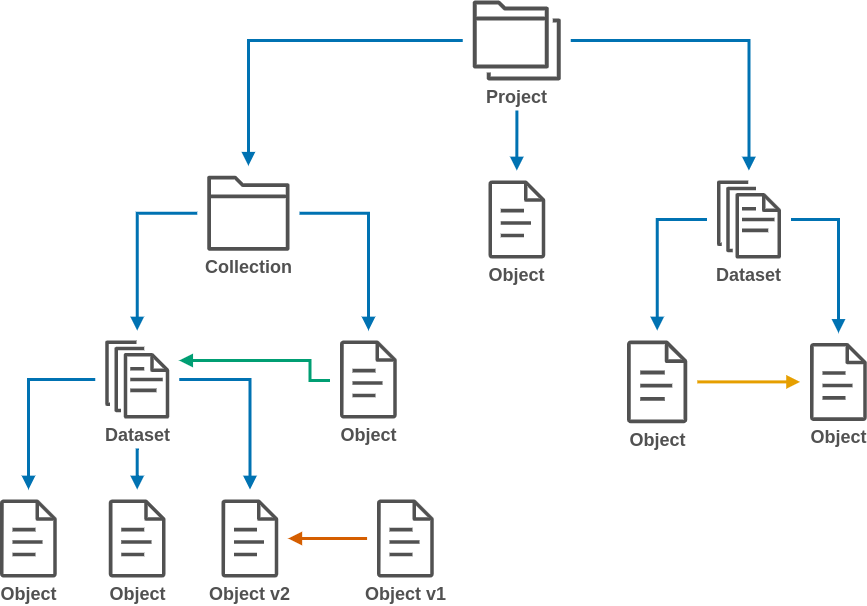
Before: docs/internal_data_structure/aruna_resources.png, a diagram exported from draw.io (ArunaStorage/documentation). Source tidied: cells renumbered, new cells last; positions are measured from the earlier drawing's top-left corner, leaving out a move shared by most shapes. Source of this version:
```xml
<mxGraphModel>
  <root>
    <mxCell id="0" />
    <mxCell id="1" parent="0" />
    <mxCell id="2" style="edgeStyle=orthogonalEdgeStyle;html=1;endArrow=block;elbow=vertical;startArrow=none;endFill=1;strokeColor=#0072B2;rounded=0;strokeWidth=3;targetPerimeterSpacing=10;sourcePerimeterSpacing=10;fillColor=#d5e8d4;fontSize=18;align=left;fontStyle=0;startFill=0;spacingLeft=20;" parent="1" edge="1" source="8" target="15">
      <mxGeometry relative="1" as="geometry" />
    </mxCell>
    <mxCell id="3" style="edgeStyle=orthogonalEdgeStyle;html=1;endArrow=block;elbow=vertical;startArrow=none;endFill=1;strokeColor=#0072B2;rounded=0;strokeWidth=3;targetPerimeterSpacing=10;sourcePerimeterSpacing=10;fillColor=#d5e8d4;fontSize=18;align=left;fontStyle=0;startFill=0;spacingLeft=20;" parent="1" edge="1" source="8" target="5">
      <mxGeometry relative="1" as="geometry" />
    </mxCell>
    <mxCell id="4" style="edgeStyle=orthogonalEdgeStyle;html=1;endArrow=block;elbow=vertical;startArrow=none;endFill=1;strokeColor=#0072B2;rounded=0;strokeWidth=3;targetPerimeterSpacing=10;sourcePerimeterSpacing=30;fillColor=#d5e8d4;fontSize=18;align=left;fontStyle=0;startFill=0;spacingLeft=20;" parent="1" edge="1" source="8" target="6">
      <mxGeometry relative="1" as="geometry" />
    </mxCell>
    <mxCell id="5" value="Collection" style="sketch=0;outlineConnect=0;fontColor=#515151;gradientColor=none;fillColor=#515151;strokeColor=none;dashed=0;verticalLabelPosition=bottom;verticalAlign=top;align=center;html=1;fontSize=18;fontStyle=1;shape=mxgraph.aws4.folder;labelPosition=center;spacingRight=0;" parent="1" vertex="1">
      <mxGeometry x="207.7" y="175.2" width="82.4" height="75" as="geometry" />
    </mxCell>
    <mxCell id="6" value="Object" style="sketch=0;outlineConnect=0;fontColor=#515151;gradientColor=none;fillColor=#515151;strokeColor=none;dashed=0;verticalLabelPosition=bottom;verticalAlign=top;align=center;html=1;fontSize=18;fontStyle=1;shape=mxgraph.aws4.document;spacingRight=0;" parent="1" vertex="1">
      <mxGeometry x="488.8" y="180" width="57" height="78" as="geometry" />
    </mxCell>
    <mxCell id="7" value="Dataset" style="sketch=0;outlineConnect=0;fontColor=#515151;gradientColor=none;fillColor=#515151;strokeColor=none;dashed=0;verticalLabelPosition=bottom;verticalAlign=top;align=center;html=1;fontSize=18;fontStyle=1;shape=mxgraph.aws4.documents;spacingRight=0;" parent="1" vertex="1">
      <mxGeometry x="105.7" y="340" width="64" height="78" as="geometry" />
    </mxCell>
    <mxCell id="8" value="Project" style="sketch=0;outlineConnect=0;fontColor=#515151;gradientColor=none;fillColor=#515151;strokeColor=none;dashed=0;verticalLabelPosition=bottom;verticalAlign=top;align=center;html=1;fontSize=18;fontStyle=1;shape=mxgraph.aws4.folders;labelPosition=center;fontFamily=Helvetica;spacingRight=0;" parent="1" vertex="1">
      <mxGeometry x="473.4" width="87.9" height="80" as="geometry" />
    </mxCell>
    <mxCell id="9" style="edgeStyle=orthogonalEdgeStyle;html=1;endArrow=block;elbow=vertical;startArrow=none;endFill=1;strokeColor=#0072B2;rounded=0;strokeWidth=3;sourcePerimeterSpacing=10;targetPerimeterSpacing=10;fillColor=#d5e8d4;fontSize=18;align=left;fontStyle=0;startFill=0;spacingLeft=20;" parent="1" edge="1" source="5" target="7">
      <mxGeometry relative="1" as="geometry" />
    </mxCell>
    <mxCell id="10" style="edgeStyle=orthogonalEdgeStyle;html=1;endArrow=block;elbow=vertical;startArrow=none;endFill=1;strokeColor=#0072B2;rounded=0;strokeWidth=3;sourcePerimeterSpacing=10;targetPerimeterSpacing=10;fillColor=#d5e8d4;fontSize=18;align=left;fontStyle=0;startFill=0;spacingLeft=20;" parent="1" edge="1" source="5" target="12">
      <mxGeometry relative="1" as="geometry" />
    </mxCell>
    <mxCell id="11" style="edgeStyle=orthogonalEdgeStyle;html=1;endArrow=block;elbow=vertical;startArrow=none;endFill=1;strokeColor=#0072B2;rounded=0;strokeWidth=3;sourcePerimeterSpacing=10;targetPerimeterSpacing=10;fillColor=#d5e8d4;fontSize=18;align=left;fontStyle=0;startFill=0;spacingLeft=20;" parent="1" edge="1" source="15" target="14">
      <mxGeometry relative="1" as="geometry" />
    </mxCell>
    <mxCell id="12" value="Object" style="sketch=0;outlineConnect=0;fontColor=#515151;gradientColor=none;fillColor=#515151;strokeColor=none;dashed=0;verticalLabelPosition=bottom;verticalAlign=top;align=center;html=1;fontSize=18;fontStyle=1;shape=mxgraph.aws4.document;spacingRight=0;" parent="1" vertex="1">
      <mxGeometry x="340.4" y="340" width="57" height="78" as="geometry" />
    </mxCell>
    <mxCell id="13" value="Object" style="sketch=0;outlineConnect=0;fontColor=#515151;gradientColor=none;fillColor=#515151;strokeColor=none;dashed=0;verticalLabelPosition=bottom;verticalAlign=top;align=center;html=1;fontSize=18;fontStyle=1;shape=mxgraph.aws4.document;spacingRight=0;" parent="1" vertex="1">
      <mxGeometry x="627.4" y="340" width="60.5" height="82.8" as="geometry" />
    </mxCell>
    <mxCell id="14" value="Object" style="sketch=0;outlineConnect=0;fontColor=#515151;gradientColor=none;fillColor=#515151;strokeColor=none;dashed=0;verticalLabelPosition=bottom;verticalAlign=top;align=center;html=1;fontSize=18;fontStyle=1;shape=mxgraph.aws4.document;spacingRight=0;" parent="1" vertex="1">
      <mxGeometry x="810.4" y="342.4" width="57" height="78" as="geometry" />
    </mxCell>
    <mxCell id="15" value="Dataset" style="sketch=0;outlineConnect=0;fontColor=#515151;gradientColor=none;fillColor=#515151;strokeColor=none;dashed=0;verticalLabelPosition=bottom;verticalAlign=top;align=center;html=1;fontSize=18;fontStyle=1;shape=mxgraph.aws4.documents;spacingRight=0;" parent="1" vertex="1">
      <mxGeometry x="717.4" y="180" width="64" height="78" as="geometry" />
    </mxCell>
    <mxCell id="16" style="edgeStyle=orthogonalEdgeStyle;html=1;endArrow=block;elbow=vertical;startArrow=none;endFill=1;strokeColor=#0072B2;rounded=0;strokeWidth=3;sourcePerimeterSpacing=10;targetPerimeterSpacing=10;fillColor=#d5e8d4;fontSize=18;align=left;fontStyle=0;startFill=0;spacingLeft=20;" parent="1" edge="1" source="7" target="19">
      <mxGeometry relative="1" as="geometry" />
    </mxCell>
    <mxCell id="17" style="edgeStyle=orthogonalEdgeStyle;html=1;endArrow=block;elbow=vertical;startArrow=none;endFill=1;strokeColor=#0072B2;rounded=0;strokeWidth=3;sourcePerimeterSpacing=10;targetPerimeterSpacing=10;fillColor=#d5e8d4;fontSize=18;align=left;fontStyle=0;startFill=0;spacingLeft=20;" parent="1" edge="1" source="7" target="21">
      <mxGeometry relative="1" as="geometry" />
    </mxCell>
    <mxCell id="18" style="edgeStyle=orthogonalEdgeStyle;html=1;endArrow=block;elbow=vertical;startArrow=none;endFill=1;strokeColor=#0072B2;rounded=0;strokeWidth=3;sourcePerimeterSpacing=30;targetPerimeterSpacing=10;fillColor=#d5e8d4;fontSize=18;align=left;fontStyle=0;startFill=0;spacingLeft=20;" parent="1" edge="1" source="7" target="20">
      <mxGeometry relative="1" as="geometry" />
    </mxCell>
    <mxCell id="19" value="Object" style="sketch=0;outlineConnect=0;fontColor=#515151;gradientColor=none;fillColor=#515151;strokeColor=none;dashed=0;verticalLabelPosition=bottom;verticalAlign=top;align=center;html=1;fontSize=18;fontStyle=1;shape=mxgraph.aws4.document;spacingRight=0;" parent="1" vertex="1">
      <mxGeometry x="0.4" y="499" width="57" height="78" as="geometry" />
    </mxCell>
    <mxCell id="20" value="Object" style="sketch=0;outlineConnect=0;fontColor=#515151;gradientColor=none;fillColor=#515151;strokeColor=none;dashed=0;verticalLabelPosition=bottom;verticalAlign=top;align=center;html=1;fontSize=18;fontStyle=1;shape=mxgraph.aws4.document;spacingRight=0;" parent="1" vertex="1">
      <mxGeometry x="109.2" y="499" width="57" height="78" as="geometry" />
    </mxCell>
    <mxCell id="21" value="Object v2" style="sketch=0;outlineConnect=0;fontColor=#515151;gradientColor=none;fillColor=#515151;strokeColor=none;dashed=0;verticalLabelPosition=bottom;verticalAlign=top;align=center;html=1;fontSize=18;fontStyle=1;shape=mxgraph.aws4.document;spacingRight=0;" parent="1" vertex="1">
      <mxGeometry x="221.9" y="499" width="57" height="78" as="geometry" />
    </mxCell>
    <mxCell id="22" style="edgeStyle=orthogonalEdgeStyle;html=1;endArrow=block;elbow=vertical;startArrow=none;endFill=1;strokeColor=#0072B2;rounded=0;strokeWidth=3;sourcePerimeterSpacing=10;targetPerimeterSpacing=10;fillColor=#d5e8d4;fontSize=18;align=left;fontStyle=0;startFill=0;spacingLeft=20;" parent="1" edge="1" source="15" target="13">
      <mxGeometry relative="1" as="geometry" />
    </mxCell>
    <mxCell id="23" style="edgeStyle=orthogonalEdgeStyle;html=1;endArrow=block;elbow=vertical;startArrow=none;endFill=1;strokeColor=#E69F00;rounded=0;strokeWidth=3;sourcePerimeterSpacing=10;targetPerimeterSpacing=10;labelPosition=center;verticalLabelPosition=bottom;align=center;verticalAlign=top;fontSize=18;fontStyle=1;startFill=0;fillColor=#f8cecc;" parent="1" edge="1" source="13" target="14">
      <mxGeometry relative="1" as="geometry" />
    </mxCell>
    <mxCell id="24" style="edgeStyle=orthogonalEdgeStyle;html=1;endArrow=block;elbow=vertical;startArrow=none;endFill=1;strokeColor=#009E73;rounded=0;strokeWidth=3;sourcePerimeterSpacing=10;targetPerimeterSpacing=10;labelPosition=right;verticalLabelPosition=middle;align=left;verticalAlign=middle;fontSize=18;fontStyle=0;startFill=0;spacingLeft=20;fillColor=#d5e8d4;jumpStyle=sharp;" parent="1" edge="1" source="12" target="7">
      <mxGeometry x="0.97" relative="1" as="geometry">
        <Array as="points">
          <mxPoint x="310.4" y="380" />
          <mxPoint x="310.4" y="360" />
        </Array>
      </mxGeometry>
    </mxCell>
    <mxCell id="25" value="&lt;font&gt;Object v1&lt;/font&gt;" style="sketch=0;outlineConnect=0;fontColor=#515151;gradientColor=none;fillColor=#515151;strokeColor=none;dashed=0;verticalLabelPosition=bottom;verticalAlign=top;align=center;html=1;fontSize=18;fontStyle=1;shape=mxgraph.aws4.document;spacingRight=0;" parent="1" vertex="1">
      <mxGeometry x="377.4" y="499" width="57" height="78" as="geometry" />
    </mxCell>
    <mxCell id="26" style="edgeStyle=orthogonalEdgeStyle;html=1;endArrow=block;elbow=vertical;startArrow=none;endFill=1;strokeColor=#D55E00;rounded=0;strokeWidth=3;sourcePerimeterSpacing=10;targetPerimeterSpacing=10;labelPosition=right;verticalLabelPosition=middle;align=left;verticalAlign=middle;fontSize=18;fontStyle=0;startFill=0;spacingLeft=20;fillColor=#f0a30a;" parent="1" edge="1" source="25" target="21">
      <mxGeometry x="0.97" relative="1" as="geometry" />
    </mxCell>
  </root>
</mxGraphModel>
```
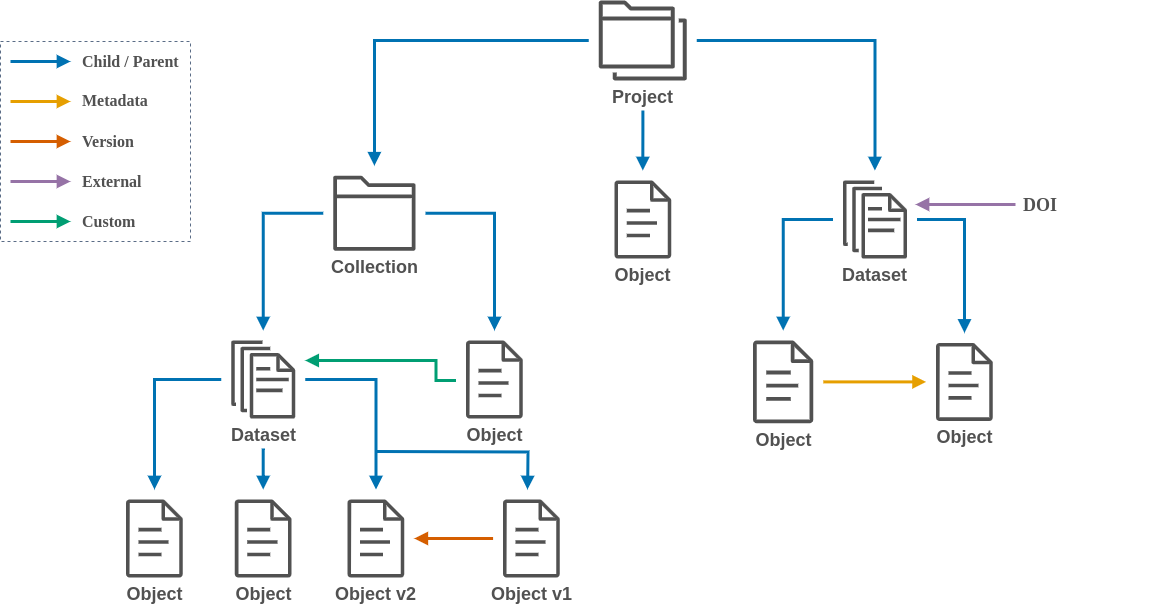
Later version of the same file.

Diff of the diagram source:
```diff
@@ -1,7 +1,10 @@
-<mxGraphModel>
+<mxGraphModel background="#ffffff">
   <root>
     <mxCell id="0" />
     <mxCell id="1" parent="0" />
+    <mxCell id="27" style="fillColor=none;strokeColor=#5A6C86;dashed=1;verticalAlign=top;fontStyle=0;fontColor=#5A6C86;whiteSpace=wrap;html=1;" parent="1" vertex="1">
+      <mxGeometry x="-125" y="41" width="190" height="200" as="geometry" />
+    </mxCell>
     <mxCell id="2" style="edgeStyle=orthogonalEdgeStyle;html=1;endArrow=block;elbow=vertical;startArrow=none;endFill=1;strokeColor=#0072B2;rounded=0;strokeWidth=3;targetPerimeterSpacing=10;sourcePerimeterSpacing=10;fillColor=#d5e8d4;fontSize=18;align=left;fontStyle=0;startFill=0;spacingLeft=20;" parent="1" edge="1" source="8" target="15">
       <mxGeometry relative="1" as="geometry" />
     </mxCell>
@@ -82,5 +85,81 @@
     <mxCell id="26" style="edgeStyle=orthogonalEdgeStyle;html=1;endArrow=block;elbow=vertical;startArrow=none;endFill=1;strokeColor=#D55E00;rounded=0;strokeWidth=3;sourcePerimeterSpacing=10;targetPerimeterSpacing=10;labelPosition=right;verticalLabelPosition=middle;align=left;verticalAlign=middle;fontSize=18;fontStyle=0;startFill=0;spacingLeft=20;fillColor=#f0a30a;" parent="1" edge="1" source="25" target="21">
       <mxGeometry x="0.97" relative="1" as="geometry" />
     </mxCell>
+    <mxCell id="28" style="edgeStyle=orthogonalEdgeStyle;html=1;endArrow=block;elbow=vertical;startArrow=none;endFill=1;strokeColor=#0072B2;rounded=0;strokeWidth=3;targetPerimeterSpacing=10;sourcePerimeterSpacing=-1;fillColor=#d5e8d4;fontSize=18;align=left;fontStyle=0;startFill=0;spacingLeft=20;" parent="1" edge="1">
+      <mxGeometry relative="1" as="geometry">
+        <mxPoint x="251" y="451" as="sourcePoint" />
+        <mxPoint x="402" y="489" as="targetPoint" />
+      </mxGeometry>
+    </mxCell>
+    <mxCell id="29" style="edgeStyle=orthogonalEdgeStyle;html=1;endArrow=block;elbow=vertical;startArrow=none;endFill=1;strokeColor=#0072B2;rounded=0;strokeWidth=3;targetPerimeterSpacing=10;sourcePerimeterSpacing=10;fillColor=#d5e8d4;fontSize=18;align=left;fontStyle=0;startFill=0;spacingLeft=20;" parent="1" edge="1">
+      <mxGeometry relative="1" as="geometry">
+        <mxPoint x="-115" y="61" as="sourcePoint" />
+        <mxPoint x="-55" y="61" as="targetPoint" />
+        <Array as="points">
+          <mxPoint x="-62" y="61" />
+          <mxPoint x="-62" y="61" />
+        </Array>
+      </mxGeometry>
+    </mxCell>
+    <mxCell id="30" style="edgeStyle=orthogonalEdgeStyle;html=1;endArrow=block;elbow=vertical;startArrow=none;endFill=1;strokeColor=#9673a6;rounded=0;strokeWidth=3;sourcePerimeterSpacing=10;targetPerimeterSpacing=10;labelPosition=right;verticalLabelPosition=middle;align=left;verticalAlign=middle;fontSize=18;fontStyle=0;startFill=0;spacingLeft=20;fillColor=#e1d5e7;jumpStyle=sharp;" parent="1" edge="1">
+      <mxGeometry relative="1" as="geometry">
+        <mxPoint x="-115" y="181" as="sourcePoint" />
+        <mxPoint x="-55" y="181" as="targetPoint" />
+        <Array as="points">
+          <mxPoint x="-105" y="181" />
+          <mxPoint x="-105" y="181" />
+        </Array>
+      </mxGeometry>
+    </mxCell>
+    <mxCell id="31" style="edgeStyle=orthogonalEdgeStyle;html=1;endArrow=block;elbow=vertical;startArrow=none;endFill=1;strokeColor=#D55E00;rounded=0;strokeWidth=3;sourcePerimeterSpacing=10;targetPerimeterSpacing=10;labelPosition=right;verticalLabelPosition=middle;align=left;verticalAlign=middle;fontSize=18;fontStyle=0;startFill=0;spacingLeft=20;fillColor=#f0a30a;" parent="1" edge="1">
+      <mxGeometry x="0.97" relative="1" as="geometry">
+        <mxPoint x="-115" y="141" as="sourcePoint" />
+        <mxPoint x="-55" y="141" as="targetPoint" />
+      </mxGeometry>
+    </mxCell>
+    <mxCell id="32" style="edgeStyle=orthogonalEdgeStyle;html=1;endArrow=block;elbow=vertical;startArrow=none;endFill=1;strokeColor=#E69F00;rounded=0;strokeWidth=3;sourcePerimeterSpacing=10;targetPerimeterSpacing=10;labelPosition=center;verticalLabelPosition=bottom;align=center;verticalAlign=top;fontSize=18;fontStyle=1;startFill=0;fillColor=#f8cecc;" parent="1" edge="1">
+      <mxGeometry relative="1" as="geometry">
+        <mxPoint x="-115" y="101" as="sourcePoint" />
+        <mxPoint x="-55" y="101" as="targetPoint" />
+      </mxGeometry>
+    </mxCell>
+    <mxCell id="33" value="&lt;div style=&quot;font-size: 16px;&quot; align=&quot;left&quot;&gt;&lt;font style=&quot;font-size: 16px;&quot;&gt;&lt;b&gt;&lt;font style=&quot;font-size: 16px;&quot; color=&quot;#515151&quot; face=&quot;Fira Sans&quot;&gt;Child / Parent&lt;/font&gt;&lt;/b&gt;&lt;/font&gt;&lt;/div&gt;" style="text;html=1;strokeColor=none;fillColor=none;align=left;verticalAlign=middle;whiteSpace=wrap;rounded=0;" parent="1" vertex="1">
+      <mxGeometry x="-45" y="41" width="140" height="40" as="geometry" />
+    </mxCell>
+    <mxCell id="34" value="&lt;div style=&quot;font-size: 13px;&quot; align=&quot;left&quot;&gt;&lt;font size=&quot;1&quot; color=&quot;#515151&quot; face=&quot;Fira Sans&quot;&gt;&lt;b style=&quot;font-size: 16px;&quot;&gt;External&lt;br&gt;&lt;/b&gt;&lt;/font&gt;&lt;/div&gt;" style="text;html=1;strokeColor=none;fillColor=none;align=left;verticalAlign=middle;whiteSpace=wrap;rounded=0;" parent="1" vertex="1">
+      <mxGeometry x="-45" y="161" width="140" height="40" as="geometry" />
+    </mxCell>
+    <mxCell id="35" value="&lt;div style=&quot;font-size: 13px;&quot; align=&quot;left&quot;&gt;&lt;font size=&quot;1&quot; color=&quot;#515151&quot; face=&quot;Fira Sans&quot;&gt;&lt;b style=&quot;font-size: 16px;&quot;&gt;Version&lt;/b&gt;&lt;/font&gt;&lt;/div&gt;" style="text;html=1;strokeColor=none;fillColor=none;align=left;verticalAlign=middle;whiteSpace=wrap;rounded=0;" parent="1" vertex="1">
+      <mxGeometry x="-45" y="121" width="140" height="40" as="geometry" />
+    </mxCell>
+    <mxCell id="36" value="&lt;div style=&quot;font-size: 13px;&quot; align=&quot;left&quot;&gt;&lt;font size=&quot;1&quot; color=&quot;#515151&quot; face=&quot;Fira Sans&quot;&gt;&lt;b style=&quot;font-size: 16px;&quot;&gt;Metadata&lt;/b&gt;&lt;/font&gt;&lt;/div&gt;" style="text;html=1;strokeColor=none;fillColor=none;align=left;verticalAlign=middle;whiteSpace=wrap;rounded=0;" parent="1" vertex="1">
+      <mxGeometry x="-45" y="80" width="140" height="40" as="geometry" />
+    </mxCell>
+    <mxCell id="37" style="edgeStyle=orthogonalEdgeStyle;html=1;endArrow=block;elbow=vertical;startArrow=none;endFill=1;strokeColor=#009E73;rounded=0;strokeWidth=3;sourcePerimeterSpacing=10;targetPerimeterSpacing=10;labelPosition=right;verticalLabelPosition=middle;align=left;verticalAlign=middle;fontSize=18;fontStyle=0;startFill=0;spacingLeft=20;fillColor=#d5e8d4;jumpStyle=sharp;" parent="1" edge="1">
+      <mxGeometry relative="1" as="geometry">
+        <mxPoint x="-115" y="221" as="sourcePoint" />
+        <mxPoint x="-55" y="221" as="targetPoint" />
+        <Array as="points">
+          <mxPoint x="-105" y="221" />
+          <mxPoint x="-105" y="221" />
+        </Array>
+      </mxGeometry>
+    </mxCell>
+    <mxCell id="38" value="&lt;div style=&quot;font-size: 13px;&quot; align=&quot;left&quot;&gt;&lt;font size=&quot;1&quot; color=&quot;#515151&quot; face=&quot;Fira Sans&quot;&gt;&lt;b style=&quot;font-size: 16px;&quot;&gt;Custom&lt;/b&gt;&lt;/font&gt;&lt;/div&gt;" style="text;html=1;strokeColor=none;fillColor=none;align=left;verticalAlign=middle;whiteSpace=wrap;rounded=0;" parent="1" vertex="1">
+      <mxGeometry x="-45" y="201" width="140" height="40" as="geometry" />
+    </mxCell>
+    <mxCell id="39" style="edgeStyle=orthogonalEdgeStyle;html=1;endArrow=block;elbow=vertical;startArrow=none;endFill=1;strokeColor=#9673a6;rounded=0;strokeWidth=3;sourcePerimeterSpacing=10;targetPerimeterSpacing=10;labelPosition=right;verticalLabelPosition=middle;align=left;verticalAlign=middle;fontSize=18;fontStyle=0;startFill=0;spacingLeft=20;fillColor=#e1d5e7;jumpStyle=sharp;" parent="1" edge="1">
+      <mxGeometry relative="1" as="geometry">
+        <mxPoint x="890" y="204" as="sourcePoint" />
+        <mxPoint x="790" y="204" as="targetPoint" />
+        <Array as="points">
+          <mxPoint x="800" y="204" />
+          <mxPoint x="800" y="204" />
+        </Array>
+      </mxGeometry>
+    </mxCell>
+    <mxCell id="40" value="&lt;div style=&quot;&quot; align=&quot;left&quot;&gt;&lt;font style=&quot;&quot; size=&quot;1&quot; color=&quot;#515151&quot; face=&quot;Fira Sans&quot;&gt;&lt;b style=&quot;font-size: 18px;&quot;&gt;DOI&lt;br&gt;&lt;/b&gt;&lt;/font&gt;&lt;/div&gt;" style="text;html=1;strokeColor=none;fillColor=none;align=left;verticalAlign=middle;whiteSpace=wrap;rounded=0;" parent="1" vertex="1">
+      <mxGeometry x="896" y="184.7" width="140" height="40" as="geometry" />
+    </mxCell>
   </root>
 </mxGraphModel>
```
